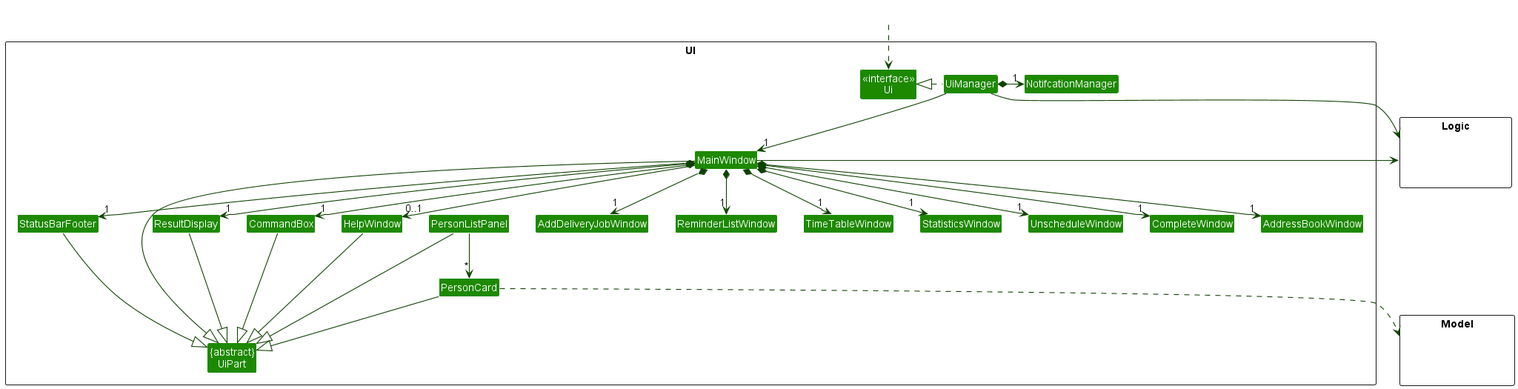
Above: docs/images/UiClassDiagram.png in nus-cs2103-AY2223S2/tp (PlantUML), before the change.
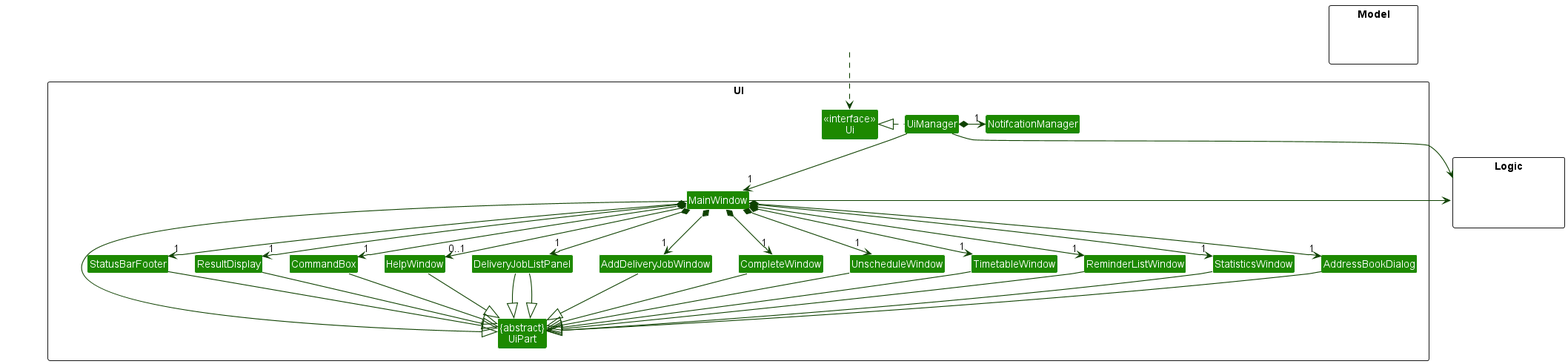
Later version of the same file.

What changed in the source:
```diff
@@ -12,20 +12,18 @@
 Class NotifcationManager
 
 Class MainWindow
+Class AddDeliveryJobWindow
 Class HelpWindow
+Class CompleteWindow
+Class UnscheduleWindow
+Class TimetableWindow
+Class ReminderListWindow
+Class StatisticsWindow
 Class ResultDisplay
-Class PersonListPanel
-Class PersonCard
+Class DeliveryJobListPanel
+Class AddressBookDialog
 Class StatusBarFooter
 Class CommandBox
-
-Class ReminderListWindow
-Class TimeTableWindow
-Class StatisticsWindow
-Class UnscheduleWindow
-Class CompleteWindow
-Class AddressBookWindow
-Class AddDeliveryJobWindow
 }
 
 package Model <<Rectangle>> {
@@ -45,32 +43,38 @@
 MainWindow *-down->  "1" CommandBox
 MainWindow *-down-> "1" ResultDisplay
 MainWindow *-down-> "1" StatusBarFooter
+MainWindow *-down-> "1" AddDeliveryJobWindow
+MainWindow *-down-> "1" CompleteWindow
+MainWindow *-down-> "1" UnscheduleWindow
+MainWindow *-down-> "1" TimetableWindow
+MainWindow *-down-> "1" ReminderListWindow
+MainWindow *-down-> "1" StatisticsWindow
+MainWindow *-down-> "1" DeliveryJobListPanel
+MainWindow *-down-> "1" AddressBookDialog
 MainWindow --> "0..1" HelpWindow
 
-MainWindow *-down->  "1" ReminderListWindow
-MainWindow *-down->  "1" TimeTableWindow
-MainWindow *-down->  "1" StatisticsWindow
-MainWindow *-down->  "1" UnscheduleWindow
-MainWindow *-down->  "1" CompleteWindow
-MainWindow *-down->  "1" AddressBookWindow
-MainWindow *-down->  "1" AddDeliveryJobWindow
-
-PersonListPanel -down-> "*" PersonCard
 
 MainWindow -left-|> UiPart
 
 ResultDisplay --|> UiPart
 CommandBox --|> UiPart
-PersonListPanel --|> UiPart
-PersonCard --|> UiPart
+DeliveryJobListPanel --|> UiPart
 StatusBarFooter --|> UiPart
 HelpWindow --|> UiPart
+AddDeliveryJobWindow --|> UiPart
+CompleteWindow --|> UiPart
+UnscheduleWindow --|> UiPart
+TimetableWindow --|> UiPart
+ReminderListWindow --|> UiPart
+StatisticsWindow --|> UiPart
+DeliveryJobListPanel --|> UiPart
+AddressBookDialog --|> UiPart
 
-PersonCard ..> Model
+
 UiManager -right-> Logic
 MainWindow -left-> Logic
 
-PersonListPanel -[hidden]left- HelpWindow
+DeliveryJobListPanel -[hidden]left- HelpWindow
 HelpWindow -[hidden]left- CommandBox
 CommandBox -[hidden]left- ResultDisplay
 ResultDisplay -[hidden]left- StatusBarFooter
```
